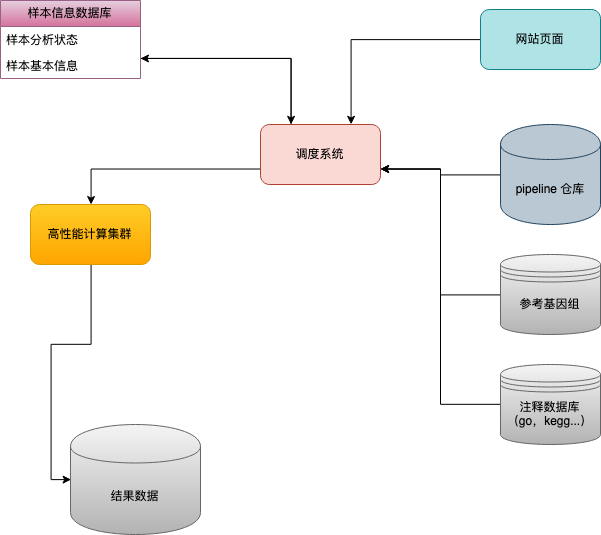
Above: 流程架构.png in lidanqing123/drawio.picture (draw.io), before the change. Source tidied: cells renumbered, new cells last; positions are measured from the earlier drawing's top-left corner, leaving out a move shared by most shapes.
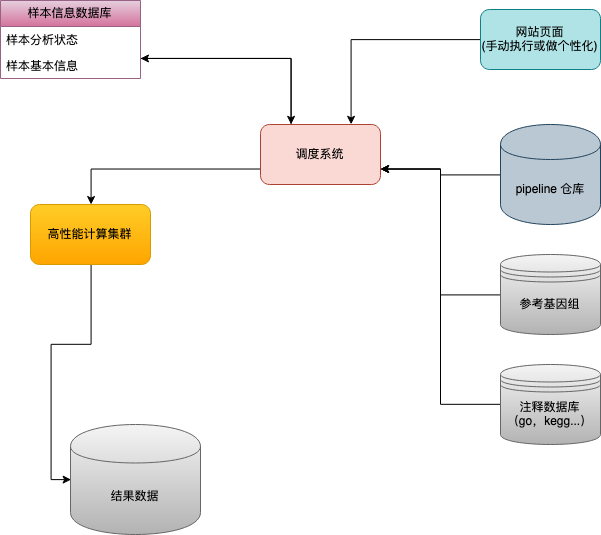
The same file after the commit.

Commit message:
已添加 流程架构.png

Diff of the diagram source:
```diff
@@ -26,7 +26,7 @@
     <mxCell id="9" style="edgeStyle=orthogonalEdgeStyle;rounded=0;jettySize=auto;html=1;entryX=0.75;entryY=0;entryDx=0;entryDy=0;" parent="1" edge="1" source="10" target="4">
       <mxGeometry relative="1" as="geometry" />
     </mxCell>
-    <mxCell id="10" value="网站页面" style="rounded=1;whiteSpace=wrap;html=1;fillColor=#b0e3e6;strokeColor=#0e8088;" parent="1" vertex="1">
+    <mxCell id="10" value="网站页面&lt;br&gt;(手动执行或做个性化)" style="rounded=1;whiteSpace=wrap;html=1;fillColor=#b0e3e6;strokeColor=#0e8088;" parent="1" vertex="1">
       <mxGeometry x="480" y="9" width="120" height="60" as="geometry" />
     </mxCell>
     <mxCell id="11" style="edgeStyle=orthogonalEdgeStyle;rounded=0;jettySize=auto;html=1;exitX=0;exitY=0.5;exitDx=0;exitDy=0;entryX=1;entryY=0.75;entryDx=0;entryDy=0;" parent="1" edge="1" source="12" target="4">
```
